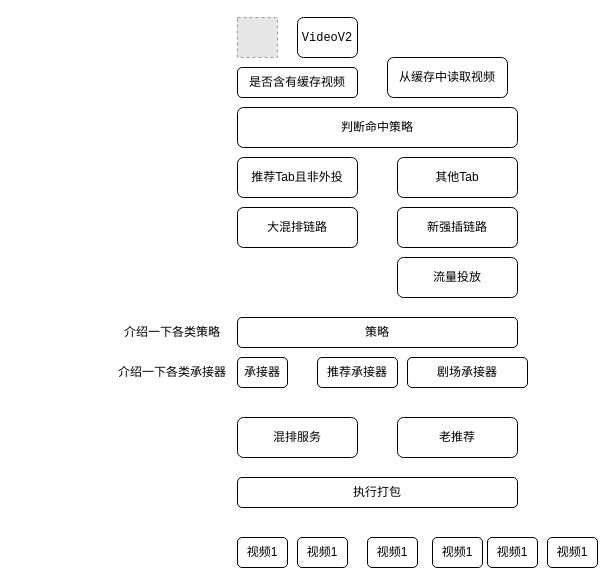
Above: projects.drawio in wuulaa/drawio (draw.io), before the change. Source tidied: cells renumbered, new cells numbered last; positions are measured from the earlier drawing's top-left corner, leaving out a move shared by most shapes. Both pictures are drawn from the tidied source at 100%, with x=0, y=0 at pixel (117, 17). Pictures stored in the file or linked from it are replaced by grey dashed boxes.
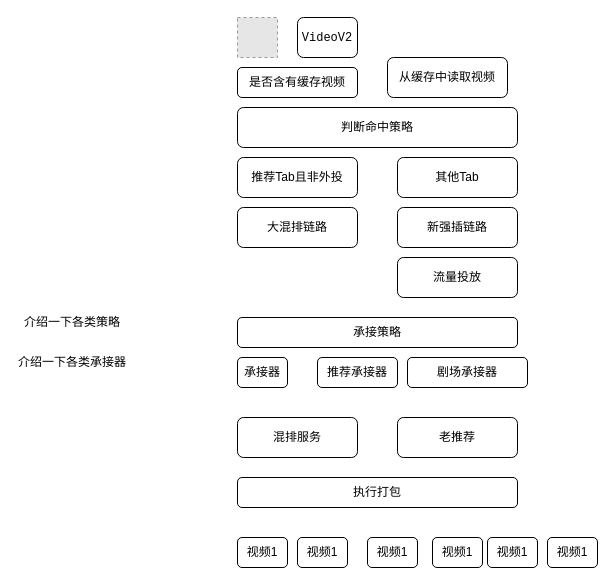
After the change.

The edit, as a diff of the source:
```diff
@@
-    <mxCell id="11" value="策略" style="rounded=1;whiteSpace=wrap;html=1;" parent="1" vertex="1">
+    <mxCell id="11" value="承接策略" style="rounded=1;whiteSpace=wrap;html=1;" parent="1" vertex="1">
       <mxGeometry x="120" y="300" width="280" height="30" as="geometry" />
     </mxCell>
@@
     <mxCell id="14" value="介绍一下各类承接器" style="text;html=1;whiteSpace=wrap;strokeColor=none;fillColor=none;align=center;verticalAlign=middle;rounded=0;" parent="1" vertex="1">
-      <mxGeometry y="340" width="110" height="30" as="geometry" />
+      <mxGeometry x="-100" y="330" width="110" height="30" as="geometry" />
     </mxCell>
     <mxCell id="15" value="介绍一下各类策略" style="text;html=1;whiteSpace=wrap;strokeColor=none;fillColor=none;align=center;verticalAlign=middle;rounded=0;" parent="1" vertex="1">
-      <mxGeometry y="300" width="110" height="30" as="geometry" />
+      <mxGeometry x="-100" y="290" width="110" height="30" as="geometry" />
     </mxCell>
```
